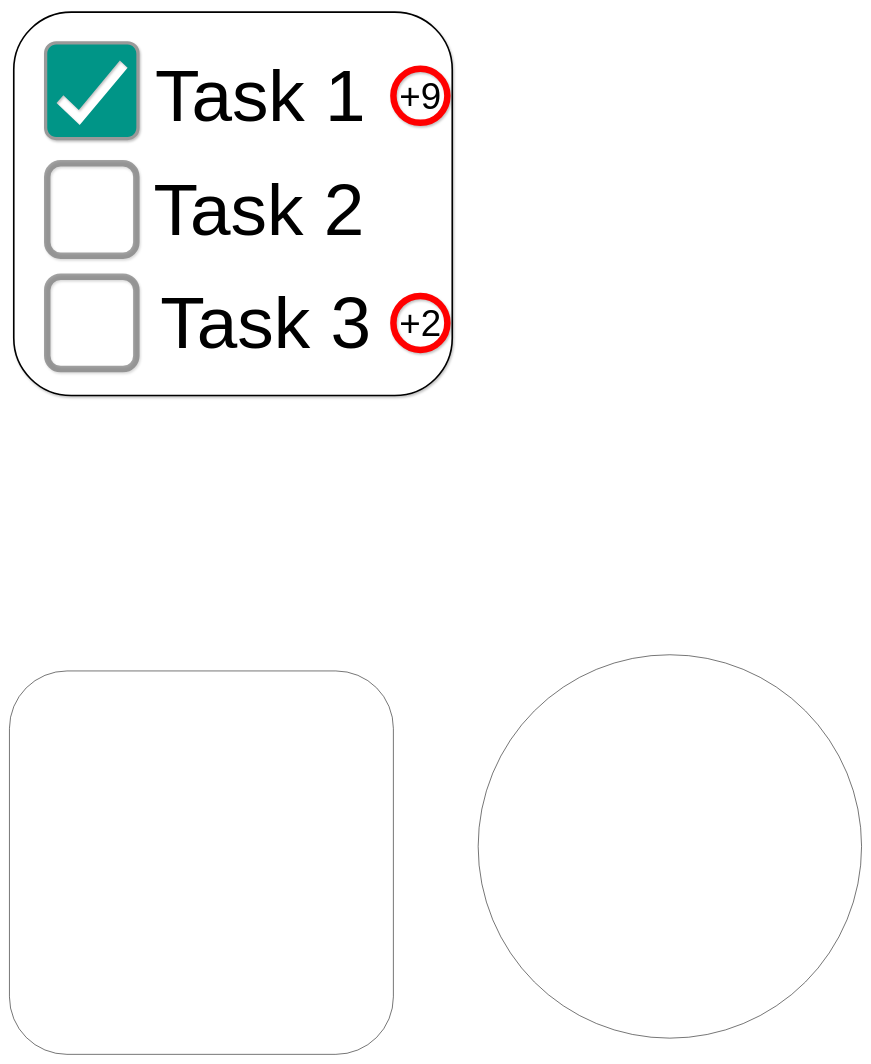
einholzstuhl/to-do-list keeps this draw.io diagram as Mockup _ Design (1)/App Icon.drawio. Above is the earlier version. Source tidied: cells renumbered, new cells numbered last; positions are measured from the earlier drawing's top-left corner, leaving out a move shared by most shapes. Both pictures are drawn from the tidied source at 54%, with x=0, y=0 at pixel (9, 12).
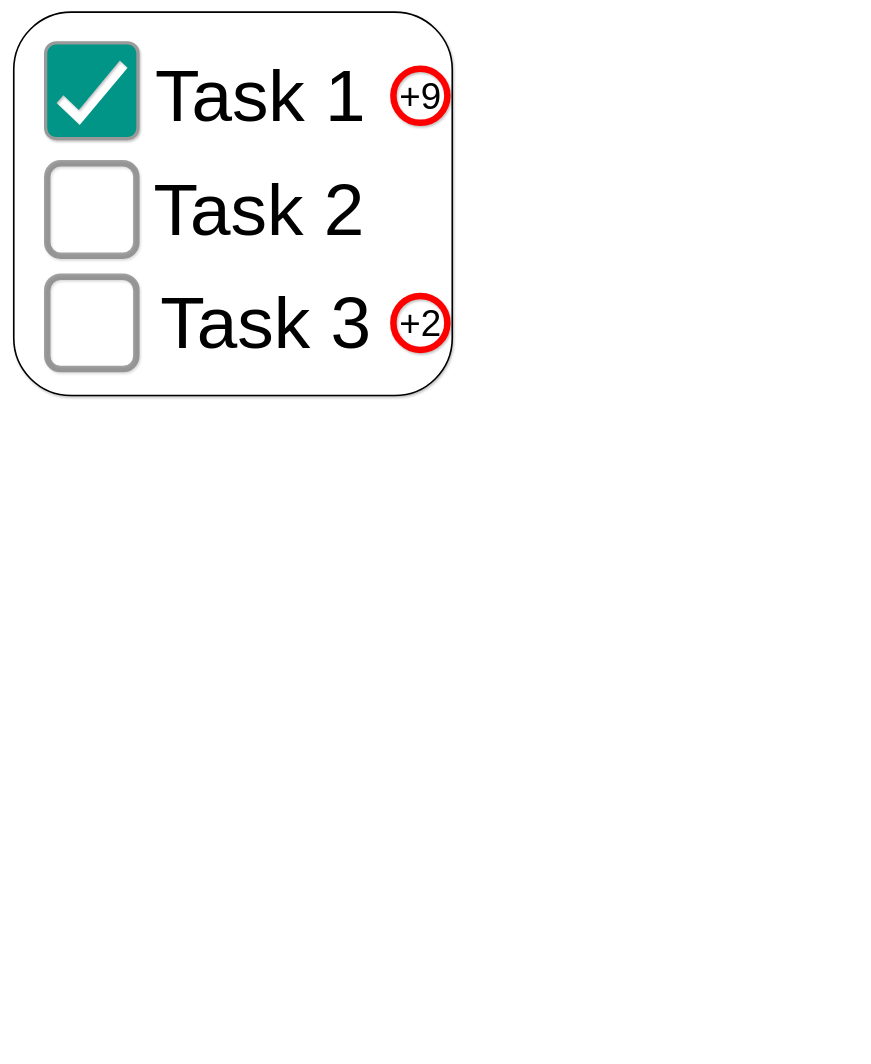
Above is the later version.

Commit message (it also covers changes not shown here):
Changed App icon size

What changed in the source:
```diff
@@
 <mxGraphModel>
   <root>
     <mxCell id="0" />
     <mxCell id="1" parent="0" />
-    <mxCell id="2" style="rounded=1;whiteSpace=wrap;html=1;" parent="1" vertex="1">
-      <mxGeometry y="1220" width="711" height="710" as="geometry" />
-    </mxCell>
-    <mxCell id="3" style="ellipse;whiteSpace=wrap;html=1;" parent="1" vertex="1">
-      <mxGeometry x="868" y="1190" width="710" height="710" as="geometry" />
-    </mxCell>
     <mxCell id="4" style="rounded=1;whiteSpace=wrap;html=1;shadow=1;sketch=0;glass=0;strokeWidth=3;" parent="1" vertex="1">
       <mxGeometry x="8" width="812" height="710" as="geometry" />
     </mxCell>
     <mxCell id="5" value="&lt;span style=&quot;font-size: 135px&quot;&gt;Task 1&lt;/span&gt;" style="text;html=1;strokeColor=none;fillColor=none;align=center;verticalAlign=middle;whiteSpace=wrap;rounded=0;" parent="1" vertex="1">
       <mxGeometry x="265" y="70" width="400" height="170" as="geometry" />
     </mxCell>
     <mxCell id="6" value="&lt;span style=&quot;font-size: 135px&quot;&gt;Task 2&lt;/span&gt;" style="text;html=1;strokeColor=none;fillColor=none;align=center;verticalAlign=middle;whiteSpace=wrap;rounded=0;" parent="1" vertex="1">
       <mxGeometry x="265" y="281" width="395" height="170" as="geometry" />
     </mxCell>
     <mxCell id="7" value="&lt;span style=&quot;font-size: 135px&quot;&gt;Task 3&lt;/span&gt;" style="text;html=1;strokeColor=none;fillColor=none;align=center;verticalAlign=middle;whiteSpace=wrap;rounded=0;" parent="1" vertex="1">
       <mxGeometry x="270" y="491" width="410" height="170" as="geometry" />
     </mxCell>
     <mxCell id="8" style="dashed=0;labelPosition=right;align=left;shape=mxgraph.gmdl.checkbox;fillColor=#009587;strokeWidth=12;rounded=0;shadow=1;strokeColor=#999999;" parent="1" vertex="1">
       <mxGeometry x="70" y="60" width="165" height="171" as="geometry" />
     </mxCell>
     <mxCell id="9" style="rounded=1;whiteSpace=wrap;html=1;shadow=1;glass=0;labelBackgroundColor=none;sketch=0;fillColor=none;align=left;strokeWidth=12;opacity=60;strokeColor=#666666;" parent="1" vertex="1">
       <mxGeometry x="70" y="280" width="165" height="171" as="geometry" />
     </mxCell>
     <mxCell id="10" style="rounded=1;whiteSpace=wrap;html=1;shadow=1;glass=0;labelBackgroundColor=none;sketch=0;fillColor=none;align=left;strokeWidth=12;opacity=60;strokeColor=#666666;" parent="1" vertex="1">
       <mxGeometry x="70" y="490" width="165" height="171" as="geometry" />
     </mxCell>
     <mxCell id="11" value="+9" style="ellipse;whiteSpace=wrap;html=1;shadow=1;strokeWidth=12;fontSize=68;fillColor=none;strokeColor=#FF0000;" parent="1" vertex="1">
       <mxGeometry x="711" y="105" width="100" height="100" as="geometry" />
     </mxCell>
     <mxCell id="12" value="+2" style="ellipse;whiteSpace=wrap;html=1;shadow=1;strokeWidth=12;fontSize=68;fillColor=none;strokeColor=#FF0000;" parent="1" vertex="1">
       <mxGeometry x="711" y="525.5" width="100" height="100" as="geometry" />
     </mxCell>
   </root>
 </mxGraphModel>
```
